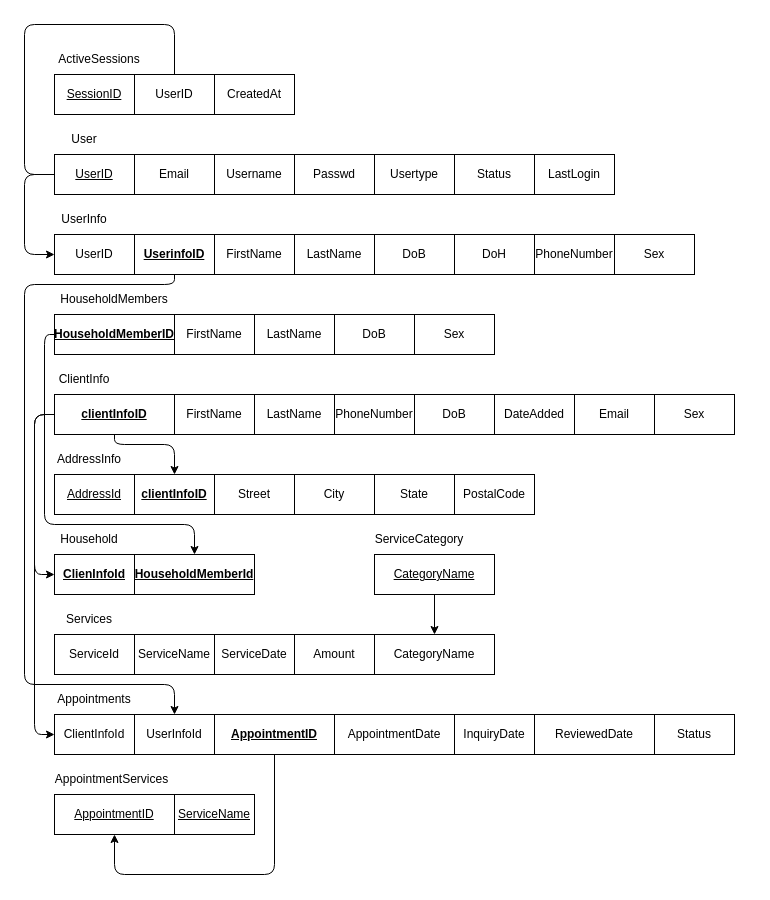
Before: docs/eer2rel.drawio in cjonikes/client-intake-wa, a draw.io diagram. Source tidied: cells renumbered, new cells numbered last; positions are measured from the earlier drawing's top-left corner, leaving out a move shared by most shapes. Both pictures are drawn from the tidied source at 100%, with x=0, y=0 at pixel (24, 24).
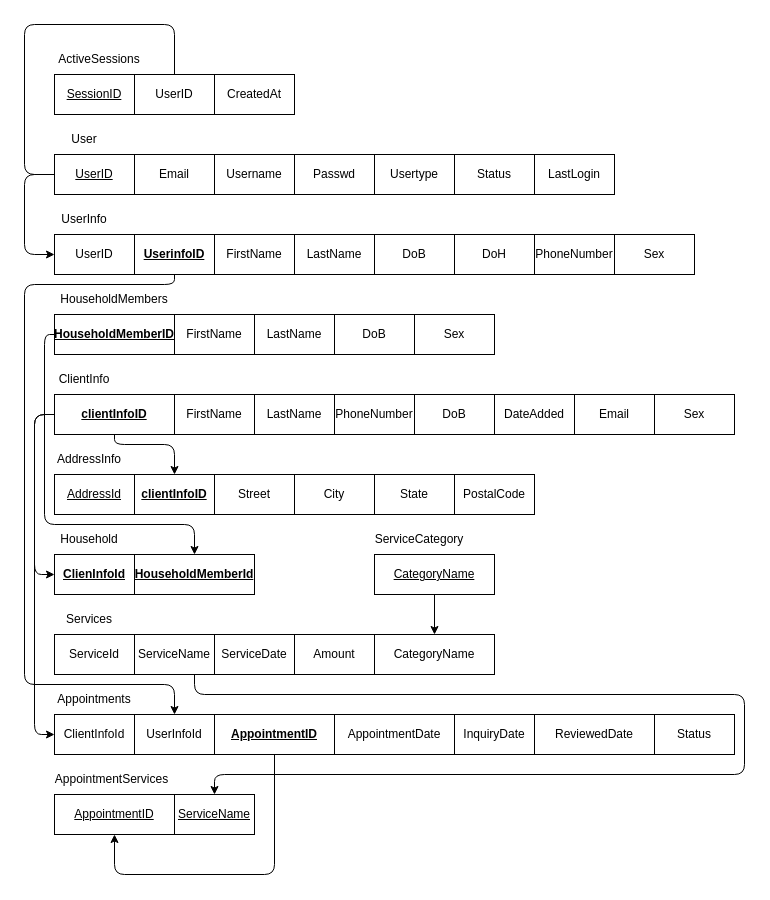
After the change.

Unchanged cells that the change refers to:
```xml
<mxCell id="57" value="ServiceName" style="rounded=0;whiteSpace=wrap;html=1;" parent="1" vertex="1">
  <mxGeometry x="110" y="610" width="80" height="40" as="geometry" />
</mxCell>
<mxCell id="70" value="ServiceName" style="rounded=0;whiteSpace=wrap;html=1;fontStyle=4;" parent="1" vertex="1">
  <mxGeometry x="150" y="770" width="80" height="40" as="geometry" />
</mxCell>
```

Diff of the diagram source:
```diff
@@
+    <mxCell id="76" style="edgeStyle=none;html=1;exitX=0.75;exitY=1;exitDx=0;exitDy=0;entryX=0.5;entryY=0;entryDx=0;entryDy=0;" parent="1" edge="1" source="57" target="70">
+      <mxGeometry relative="1" as="geometry">
+        <Array as="points">
+          <mxPoint x="170" y="670" />
+          <mxPoint x="720" y="670" />
+          <mxPoint x="720" y="750" />
+          <mxPoint x="190" y="750" />
+        </Array>
+      </mxGeometry>
+    </mxCell>
```
